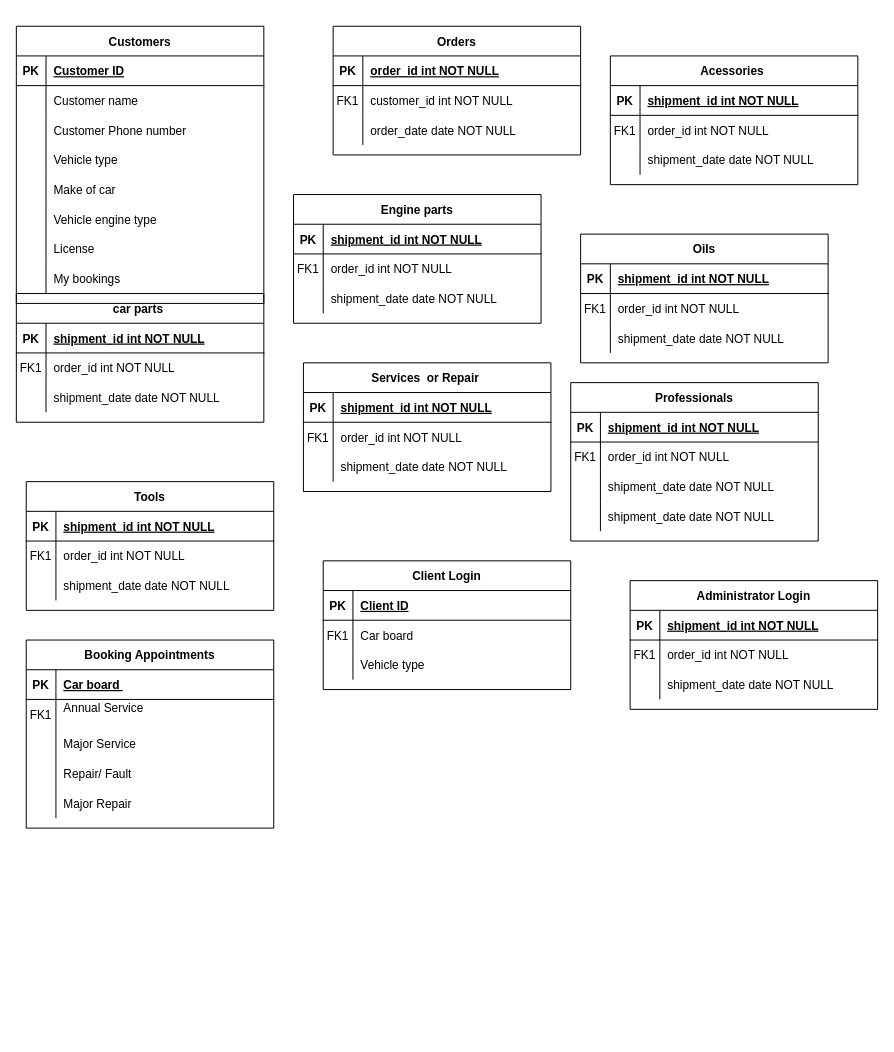
Before: Untitled Diagram.drawio in PriFlores/Garage-Database-design-, a draw.io diagram. Source tidied: cells renumbered, new cells numbered last; positions are measured from the earlier drawing's top-left corner, leaving out a move shared by most shapes. Both pictures are drawn from the tidied source at 99%, with x=0, y=0 at pixel (16, 26).
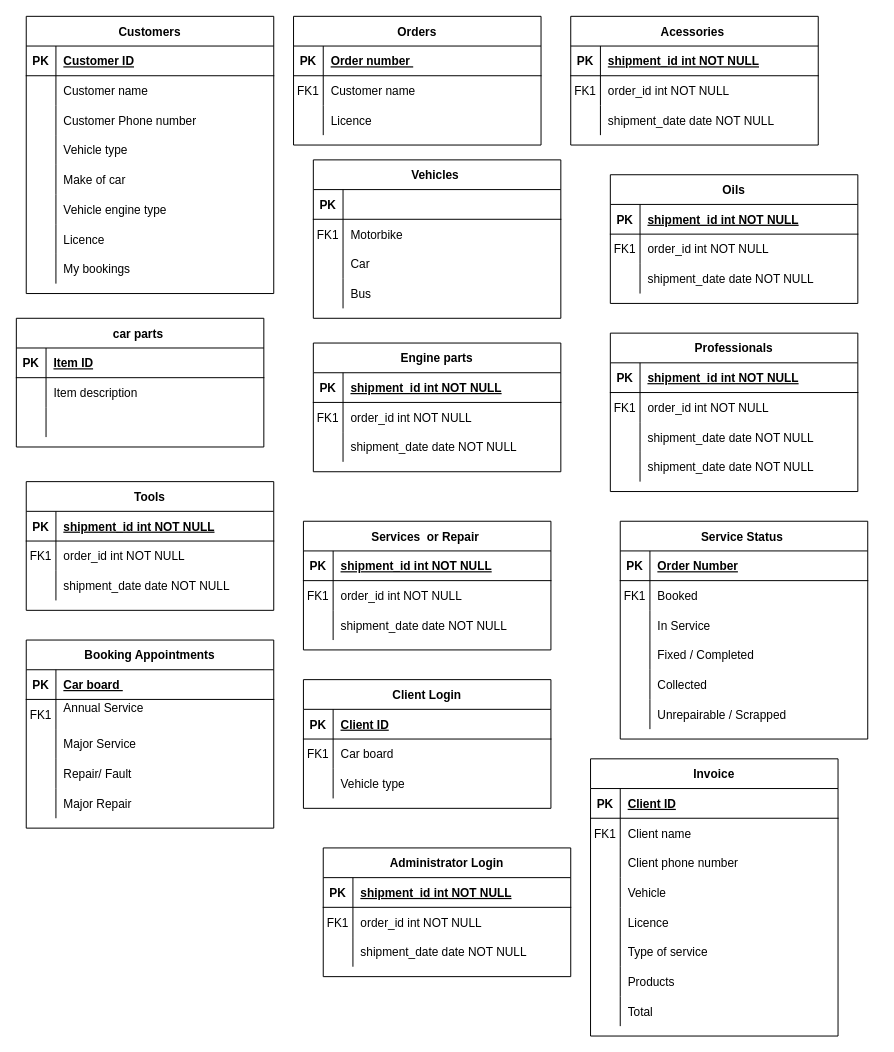
The same diagram, later.

The change refers to these unchanged cells:
```xml
<mxCell id="3" style="shape=partialRectangle;fillColor=none;top=0;left=0;right=0;bottom=1;" parent="2" vertex="1">
  <mxGeometry y="30" width="250" height="30" as="geometry" />
</mxCell>
<mxCell id="6" style="shape=partialRectangle;fillColor=none;top=0;left=0;right=0;bottom=0;" parent="2" vertex="1">
  <mxGeometry y="60" width="250" height="30" as="geometry" />
</mxCell>
<mxCell id="9" style="shape=partialRectangle;fillColor=none;top=0;left=0;right=0;bottom=0;" parent="2" vertex="1">
  <mxGeometry y="90" width="250" height="30" as="geometry" />
</mxCell>
<mxCell id="13" style="shape=partialRectangle;fillColor=none;top=0;left=0;right=0;bottom=1;" parent="12" vertex="1">
  <mxGeometry y="30" width="250" height="30" as="geometry" />
</mxCell>
<mxCell id="16" style="shape=partialRectangle;fillColor=none;top=0;left=0;right=0;bottom=0;" parent="12" vertex="1">
  <mxGeometry y="60" width="250" height="30" as="geometry" />
</mxCell>
<mxCell id="19" style="shape=partialRectangle;fillColor=none;top=0;left=0;right=0;bottom=0;" parent="12" vertex="1">
  <mxGeometry y="90" width="250" height="30" as="geometry" />
</mxCell>
<mxCell id="41" style="shape=partialRectangle;fillColor=none;top=0;left=0;right=0;bottom=0;" parent="22" vertex="1">
  <mxGeometry y="210" width="250" height="30" as="geometry" />
</mxCell>
```

The edit, as a diff of the source:
```diff
@@
     <mxCell id="2" value="Orders" style="shape=table;startSize=30;childLayout=tableLayout;rowLines=0;fontStyle=1;align=center;" parent="1" vertex="1">
-      <mxGeometry x="320" width="250" height="130" as="geometry" />
+      <mxGeometry x="280" y="-10" width="250" height="130" as="geometry" />
     </mxCell>
@@
-    <mxCell id="5" value="order_id int NOT NULL " style="shape=partialRectangle;overflow=hidden;fillColor=none;top=0;left=0;bottom=0;right=0;align=left;spacingLeft=6;fontStyle=5;" parent="3" vertex="1">
+    <mxCell id="5" value="Order number " style="shape=partialRectangle;overflow=hidden;fillColor=none;top=0;left=0;bottom=0;right=0;align=left;spacingLeft=6;fontStyle=5;" parent="3" vertex="1">
       <mxGeometry x="30" width="220" height="30" as="geometry" />
     </mxCell>
@@
-    <mxCell id="8" value="customer_id int NOT NULL" style="shape=partialRectangle;overflow=hidden;fillColor=none;top=0;left=0;bottom=0;right=0;align=left;spacingLeft=6;" parent="6" vertex="1">
+    <mxCell id="8" value="Customer name" style="shape=partialRectangle;overflow=hidden;fillColor=none;top=0;left=0;bottom=0;right=0;align=left;spacingLeft=6;" parent="6" vertex="1">
       <mxGeometry x="30" width="220" height="30" as="geometry" />
     </mxCell>
@@
-    <mxCell id="11" value="order_date date NOT NULL" style="shape=partialRectangle;overflow=hidden;fillColor=none;top=0;left=0;bottom=0;right=0;align=left;spacingLeft=6;" parent="9" vertex="1">
+    <mxCell id="11" value="Licence" style="shape=partialRectangle;overflow=hidden;fillColor=none;top=0;left=0;bottom=0;right=0;align=left;spacingLeft=6;" parent="9" vertex="1">
       <mxGeometry x="30" width="220" height="30" as="geometry" />
     </mxCell>
     <mxCell id="12" value="car parts " style="shape=table;startSize=30;childLayout=tableLayout;rowLines=0;fontStyle=1;align=center;" parent="1" vertex="1">
-      <mxGeometry y="270" width="250" height="130" as="geometry" />
+      <mxGeometry y="295" width="250" height="130" as="geometry" />
     </mxCell>
@@
-    <mxCell id="15" value="shipment_id int NOT NULL " style="shape=partialRectangle;overflow=hidden;fillColor=none;top=0;left=0;bottom=0;right=0;align=left;spacingLeft=6;fontStyle=5;" parent="13" vertex="1">
+    <mxCell id="15" value="Item ID" style="shape=partialRectangle;overflow=hidden;fillColor=none;top=0;left=0;bottom=0;right=0;align=left;spacingLeft=6;fontStyle=5;" parent="13" vertex="1">
       <mxGeometry x="30" width="220" height="30" as="geometry" />
     </mxCell>
@@
-    <mxCell id="17" value="FK1" style="shape=partialRectangle;overflow=hidden;fillColor=none;top=0;left=0;bottom=0;right=0;" parent="16" vertex="1">
+    <mxCell id="17" style="shape=partialRectangle;overflow=hidden;fillColor=none;top=0;left=0;bottom=0;right=0;" parent="16" vertex="1">
       <mxGeometry width="30" height="30" as="geometry" />
     </mxCell>
-    <mxCell id="18" value="order_id int NOT NULL" style="shape=partialRectangle;overflow=hidden;fillColor=none;top=0;left=0;bottom=0;right=0;align=left;spacingLeft=6;" parent="16" vertex="1">
+    <mxCell id="18" value="Item description" style="shape=partialRectangle;overflow=hidden;fillColor=none;top=0;left=0;bottom=0;right=0;align=left;spacingLeft=6;" parent="16" vertex="1">
       <mxGeometry x="30" width="220" height="30" as="geometry" />
     </mxCell>
@@
-    <mxCell id="21" value="shipment_date date NOT NULL" style="shape=partialRectangle;overflow=hidden;fillColor=none;top=0;left=0;bottom=0;right=0;align=left;spacingLeft=6;" parent="19" vertex="1">
+    <mxCell id="21" style="shape=partialRectangle;overflow=hidden;fillColor=none;top=0;left=0;bottom=0;right=0;align=left;spacingLeft=6;" parent="19" vertex="1">
       <mxGeometry x="30" width="220" height="30" as="geometry" />
     </mxCell>
     <mxCell id="22" value="Customers" style="shape=table;startSize=30;childLayout=tableLayout;rowLines=0;fontStyle=1;align=center;" parent="1" vertex="1">
-      <mxGeometry width="250" height="280" as="geometry" />
+      <mxGeometry x="10" y="-10" width="250" height="280" as="geometry" />
     </mxCell>
@@
-    <mxCell id="43" value="License" style="shape=partialRectangle;overflow=hidden;fillColor=none;top=0;left=0;bottom=0;right=0;align=left;spacingLeft=6;" parent="41" vertex="1">
+    <mxCell id="43" value="Licence" style="shape=partialRectangle;overflow=hidden;fillColor=none;top=0;left=0;bottom=0;right=0;align=left;spacingLeft=6;" parent="41" vertex="1">
       <mxGeometry x="30" width="220" height="30" as="geometry" />
     </mxCell>
@@
     <mxCell id="47" value="Acessories " style="shape=table;startSize=30;childLayout=tableLayout;rowLines=0;fontStyle=1;align=center;" parent="1" vertex="1">
-      <mxGeometry x="600" y="30" width="250" height="130" as="geometry" />
+      <mxGeometry x="560" y="-10" width="250" height="130" as="geometry" />
     </mxCell>
@@
     <mxCell id="67" value="Oils" style="shape=table;startSize=30;childLayout=tableLayout;rowLines=0;fontStyle=1;align=center;" parent="1" vertex="1">
-      <mxGeometry x="570" y="210" width="250" height="130" as="geometry" />
+      <mxGeometry x="600" y="150" width="250" height="130" as="geometry" />
     </mxCell>
@@
     <mxCell id="77" value="Engine parts" style="shape=table;startSize=30;childLayout=tableLayout;rowLines=0;fontStyle=1;align=center;" parent="1" vertex="1">
-      <mxGeometry x="280" y="170" width="250" height="130" as="geometry" />
+      <mxGeometry x="300" y="320" width="250" height="130" as="geometry" />
     </mxCell>
@@
     <mxCell id="87" value="Services  or Repair " style="shape=table;startSize=30;childLayout=tableLayout;rowLines=0;fontStyle=1;align=center;" parent="1" vertex="1">
-      <mxGeometry x="290" y="340" width="250" height="130" as="geometry" />
+      <mxGeometry x="290" y="500" width="250" height="130" as="geometry" />
     </mxCell>
@@
     <mxCell id="97" value="Professionals" style="shape=table;startSize=30;childLayout=tableLayout;rowLines=0;fontStyle=1;align=center;" parent="1" vertex="1">
-      <mxGeometry x="560" y="360" width="250" height="160" as="geometry" />
+      <mxGeometry x="600" y="310" width="250" height="160" as="geometry" />
     </mxCell>
@@
     <mxCell id="126" value="Client Login" style="shape=table;startSize=30;childLayout=tableLayout;rowLines=0;fontStyle=1;align=center;" parent="1" vertex="1">
-      <mxGeometry x="310" y="540" width="250" height="130" as="geometry" />
+      <mxGeometry x="290" y="660" width="250" height="130" as="geometry" />
     </mxCell>
@@
     <mxCell id="136" value="Administrator Login" style="shape=table;startSize=30;childLayout=tableLayout;rowLines=0;fontStyle=1;align=center;" parent="1" vertex="1">
-      <mxGeometry x="620" y="560" width="250" height="130" as="geometry" />
+      <mxGeometry x="310" y="830" width="250" height="130" as="geometry" />
     </mxCell>
@@
+    <mxCell id="146" value="Vehicles " style="shape=table;startSize=30;childLayout=tableLayout;rowLines=0;fontStyle=1;align=center;" parent="1" vertex="1">
+      <mxGeometry x="300" y="135" width="250" height="160" as="geometry" />
+    </mxCell>
+    <mxCell id="147" style="shape=partialRectangle;fillColor=none;top=0;left=0;right=0;bottom=1;" parent="146" vertex="1">
+      <mxGeometry y="30" width="250" height="30" as="geometry" />
+    </mxCell>
+    <mxCell id="148" value="PK" style="shape=partialRectangle;overflow=hidden;fillColor=none;top=0;left=0;bottom=0;right=0;fontStyle=1;" parent="147" vertex="1">
+      <mxGeometry width="30" height="30" as="geometry" />
+    </mxCell>
+    <mxCell id="149" style="shape=partialRectangle;overflow=hidden;fillColor=none;top=0;left=0;bottom=0;right=0;align=left;spacingLeft=6;fontStyle=5;" parent="147" vertex="1">
+      <mxGeometry x="30" width="220" height="30" as="geometry" />
+    </mxCell>
+    <mxCell id="150" style="shape=partialRectangle;fillColor=none;top=0;left=0;right=0;bottom=0;" parent="146" vertex="1">
+      <mxGeometry y="60" width="250" height="30" as="geometry" />
+    </mxCell>
+    <mxCell id="151" value="FK1" style="shape=partialRectangle;overflow=hidden;fillColor=none;top=0;left=0;bottom=0;right=0;" parent="150" vertex="1">
+      <mxGeometry width="30" height="30" as="geometry" />
+    </mxCell>
+    <mxCell id="152" value="Motorbike " style="shape=partialRectangle;overflow=hidden;fillColor=none;top=0;left=0;bottom=0;right=0;align=left;spacingLeft=6;" parent="150" vertex="1">
+      <mxGeometry x="30" width="220" height="30" as="geometry" />
+    </mxCell>
+    <mxCell id="153" style="shape=partialRectangle;fillColor=none;top=0;left=0;right=0;bottom=0;" parent="146" vertex="1">
+      <mxGeometry y="90" width="250" height="30" as="geometry" />
+    </mxCell>
+    <mxCell id="154" style="shape=partialRectangle;overflow=hidden;fillColor=none;top=0;left=0;bottom=0;right=0;" parent="153" vertex="1">
+      <mxGeometry width="30" height="30" as="geometry" />
+    </mxCell>
+    <mxCell id="155" value="Car" style="shape=partialRectangle;overflow=hidden;fillColor=none;top=0;left=0;bottom=0;right=0;align=left;spacingLeft=6;" parent="153" vertex="1">
+      <mxGeometry x="30" width="220" height="30" as="geometry" />
+    </mxCell>
+    <mxCell id="156" style="shape=partialRectangle;fillColor=none;top=0;left=0;right=0;bottom=0;" parent="146" vertex="1">
+      <mxGeometry y="120" width="250" height="30" as="geometry" />
+    </mxCell>
+    <mxCell id="157" style="shape=partialRectangle;overflow=hidden;fillColor=none;top=0;left=0;bottom=0;right=0;" parent="156" vertex="1">
+      <mxGeometry width="30" height="30" as="geometry" />
+    </mxCell>
+    <mxCell id="158" value="Bus " style="shape=partialRectangle;overflow=hidden;fillColor=none;top=0;left=0;bottom=0;right=0;align=left;spacingLeft=6;" parent="156" vertex="1">
+      <mxGeometry x="30" width="220" height="30" as="geometry" />
+    </mxCell>
+    <mxCell id="159" value="Service Status " style="shape=table;startSize=30;childLayout=tableLayout;rowLines=0;fontStyle=1;align=center;" parent="1" vertex="1">
+      <mxGeometry x="610" y="500" width="250" height="220" as="geometry" />
+    </mxCell>
+    <mxCell id="160" style="shape=partialRectangle;fillColor=none;top=0;left=0;right=0;bottom=1;" parent="159" vertex="1">
+      <mxGeometry y="30" width="250" height="30" as="geometry" />
+    </mxCell>
+    <mxCell id="161" value="PK" style="shape=partialRectangle;overflow=hidden;fillColor=none;top=0;left=0;bottom=0;right=0;fontStyle=1;" parent="160" vertex="1">
+      <mxGeometry width="30" height="30" as="geometry" />
+    </mxCell>
+    <mxCell id="162" value="Order Number" style="shape=partialRectangle;overflow=hidden;fillColor=none;top=0;left=0;bottom=0;right=0;align=left;spacingLeft=6;fontStyle=5;" parent="160" vertex="1">
+      <mxGeometry x="30" width="220" height="30" as="geometry" />
+    </mxCell>
+    <mxCell id="163" style="shape=partialRectangle;fillColor=none;top=0;left=0;right=0;bottom=0;" parent="159" vertex="1">
+      <mxGeometry y="60" width="250" height="30" as="geometry" />
+    </mxCell>
+    <mxCell id="164" value="FK1" style="shape=partialRectangle;overflow=hidden;fillColor=none;top=0;left=0;bottom=0;right=0;" parent="163" vertex="1">
+      <mxGeometry width="30" height="30" as="geometry" />
+    </mxCell>
+    <mxCell id="165" value="Booked " style="shape=partialRectangle;overflow=hidden;fillColor=none;top=0;left=0;bottom=0;right=0;align=left;spacingLeft=6;" parent="163" vertex="1">
+      <mxGeometry x="30" width="220" height="30" as="geometry" />
+    </mxCell>
+    <mxCell id="166" style="shape=partialRectangle;fillColor=none;top=0;left=0;right=0;bottom=0;" parent="159" vertex="1">
+      <mxGeometry y="90" width="250" height="30" as="geometry" />
+    </mxCell>
+    <mxCell id="167" style="shape=partialRectangle;overflow=hidden;fillColor=none;top=0;left=0;bottom=0;right=0;" parent="166" vertex="1">
+      <mxGeometry width="30" height="30" as="geometry" />
+    </mxCell>
+    <mxCell id="168" value="In Service" style="shape=partialRectangle;overflow=hidden;fillColor=none;top=0;left=0;bottom=0;right=0;align=left;spacingLeft=6;" parent="166" vertex="1">
+      <mxGeometry x="30" width="220" height="30" as="geometry" />
+    </mxCell>
+    <mxCell id="169" style="shape=partialRectangle;fillColor=none;top=0;left=0;right=0;bottom=0;" parent="159" vertex="1">
+      <mxGeometry y="120" width="250" height="30" as="geometry" />
+    </mxCell>
+    <mxCell id="170" style="shape=partialRectangle;overflow=hidden;fillColor=none;top=0;left=0;bottom=0;right=0;" parent="169" vertex="1">
+      <mxGeometry width="30" height="30" as="geometry" />
+    </mxCell>
+    <mxCell id="171" value="Fixed / Completed " style="shape=partialRectangle;overflow=hidden;fillColor=none;top=0;left=0;bottom=0;right=0;align=left;spacingLeft=6;" parent="169" vertex="1">
+      <mxGeometry x="30" width="220" height="30" as="geometry" />
+    </mxCell>
+    <mxCell id="172" style="shape=partialRectangle;fillColor=none;top=0;left=0;right=0;bottom=0;" parent="159" vertex="1">
+      <mxGeometry y="150" width="250" height="30" as="geometry" />
+    </mxCell>
+    <mxCell id="173" style="shape=partialRectangle;overflow=hidden;fillColor=none;top=0;left=0;bottom=0;right=0;" parent="172" vertex="1">
+      <mxGeometry width="30" height="30" as="geometry" />
+    </mxCell>
+    <mxCell id="174" value="Collected " style="shape=partialRectangle;overflow=hidden;fillColor=none;top=0;left=0;bottom=0;right=0;align=left;spacingLeft=6;" parent="172" vertex="1">
+      <mxGeometry x="30" width="220" height="30" as="geometry" />
+    </mxCell>
+    <mxCell id="175" style="shape=partialRectangle;fillColor=none;top=0;left=0;right=0;bottom=0;" parent="159" vertex="1">
+      <mxGeometry y="180" width="250" height="30" as="geometry" />
+    </mxCell>
+    <mxCell id="176" style="shape=partialRectangle;overflow=hidden;fillColor=none;top=0;left=0;bottom=0;right=0;" parent="175" vertex="1">
+      <mxGeometry width="30" height="30" as="geometry" />
+    </mxCell>
+    <mxCell id="177" value="Unrepairable / Scrapped" style="shape=partialRectangle;overflow=hidden;fillColor=none;top=0;left=0;bottom=0;right=0;align=left;spacingLeft=6;" parent="175" vertex="1">
+      <mxGeometry x="30" width="220" height="30" as="geometry" />
+    </mxCell>
+    <mxCell id="178" value="Invoice" style="shape=table;startSize=30;childLayout=tableLayout;rowLines=0;fontStyle=1;align=center;" parent="1" vertex="1">
+      <mxGeometry x="580" y="740" width="250" height="280" as="geometry" />
+    </mxCell>
+    <mxCell id="179" style="shape=partialRectangle;fillColor=none;top=0;left=0;right=0;bottom=1;" parent="178" vertex="1">
+      <mxGeometry y="30" width="250" height="30" as="geometry" />
+    </mxCell>
+    <mxCell id="180" value="PK" style="shape=partialRectangle;overflow=hidden;fillColor=none;top=0;left=0;bottom=0;right=0;fontStyle=1;" parent="179" vertex="1">
+      <mxGeometry width="30" height="30" as="geometry" />
+    </mxCell>
+    <mxCell id="181" value="Client ID" style="shape=partialRectangle;overflow=hidden;fillColor=none;top=0;left=0;bottom=0;right=0;align=left;spacingLeft=6;fontStyle=5;" parent="179" vertex="1">
+      <mxGeometry x="30" width="220" height="30" as="geometry" />
+    </mxCell>
+    <mxCell id="182" style="shape=partialRectangle;fillColor=none;top=0;left=0;right=0;bottom=0;" parent="178" vertex="1">
+      <mxGeometry y="60" width="250" height="30" as="geometry" />
+    </mxCell>
+    <mxCell id="183" value="FK1" style="shape=partialRectangle;overflow=hidden;fillColor=none;top=0;left=0;bottom=0;right=0;" parent="182" vertex="1">
+      <mxGeometry width="30" height="30" as="geometry" />
+    </mxCell>
+    <mxCell id="184" value="Client name " style="shape=partialRectangle;overflow=hidden;fillColor=none;top=0;left=0;bottom=0;right=0;align=left;spacingLeft=6;" parent="182" vertex="1">
+      <mxGeometry x="30" width="220" height="30" as="geometry" />
+    </mxCell>
+    <mxCell id="185" style="shape=partialRectangle;fillColor=none;top=0;left=0;right=0;bottom=0;" parent="178" vertex="1">
+      <mxGeometry y="90" width="250" height="30" as="geometry" />
+    </mxCell>
+    <mxCell id="186" style="shape=partialRectangle;overflow=hidden;fillColor=none;top=0;left=0;bottom=0;right=0;" parent="185" vertex="1">
+      <mxGeometry width="30" height="30" as="geometry" />
+    </mxCell>
+    <mxCell id="187" value="Client phone number" style="shape=partialRectangle;overflow=hidden;fillColor=none;top=0;left=0;bottom=0;right=0;align=left;spacingLeft=6;" parent="185" vertex="1">
+      <mxGeometry x="30" width="220" height="30" as="geometry" />
+    </mxCell>
+    <mxCell id="188" style="shape=partialRectangle;fillColor=none;top=0;left=0;right=0;bottom=0;" parent="178" vertex="1">
+      <mxGeometry y="120" width="250" height="30" as="geometry" />
+    </mxCell>
+    <mxCell id="189" style="shape=partialRectangle;overflow=hidden;fillColor=none;top=0;left=0;bottom=0;right=0;" parent="188" vertex="1">
+      <mxGeometry width="30" height="30" as="geometry" />
+    </mxCell>
+    <mxCell id="190" value="Vehicle " style="shape=partialRectangle;overflow=hidden;fillColor=none;top=0;left=0;bottom=0;right=0;align=left;spacingLeft=6;" parent="188" vertex="1">
+      <mxGeometry x="30" width="220" height="30" as="geometry" />
+    </mxCell>
+    <mxCell id="191" style="shape=partialRectangle;fillColor=none;top=0;left=0;right=0;bottom=0;" parent="178" vertex="1">
+      <mxGeometry y="150" width="250" height="30" as="geometry" />
+    </mxCell>
+    <mxCell id="192" style="shape=partialRectangle;overflow=hidden;fillColor=none;top=0;left=0;bottom=0;right=0;" parent="191" vertex="1">
+      <mxGeometry width="30" height="30" as="geometry" />
+    </mxCell>
+    <mxCell id="193" value="Licence" style="shape=partialRectangle;overflow=hidden;fillColor=none;top=0;left=0;bottom=0;right=0;align=left;spacingLeft=6;" parent="191" vertex="1">
+      <mxGeometry x="30" width="220" height="30" as="geometry" />
+    </mxCell>
+    <mxCell id="194" style="shape=partialRectangle;fillColor=none;top=0;left=0;right=0;bottom=0;" parent="178" vertex="1">
+      <mxGeometry y="180" width="250" height="30" as="geometry" />
+    </mxCell>
+    <mxCell id="195" style="shape=partialRectangle;overflow=hidden;fillColor=none;top=0;left=0;bottom=0;right=0;" parent="194" vertex="1">
+      <mxGeometry width="30" height="30" as="geometry" />
+    </mxCell>
+    <mxCell id="196" value="Type of service " style="shape=partialRectangle;overflow=hidden;fillColor=none;top=0;left=0;bottom=0;right=0;align=left;spacingLeft=6;" parent="194" vertex="1">
+      <mxGeometry x="30" width="220" height="30" as="geometry" />
+    </mxCell>
+    <mxCell id="197" style="shape=partialRectangle;fillColor=none;top=0;left=0;right=0;bottom=0;" parent="178" vertex="1">
+      <mxGeometry y="210" width="250" height="30" as="geometry" />
+    </mxCell>
+    <mxCell id="198" style="shape=partialRectangle;overflow=hidden;fillColor=none;top=0;left=0;bottom=0;right=0;" parent="197" vertex="1">
+      <mxGeometry width="30" height="30" as="geometry" />
+    </mxCell>
+    <mxCell id="199" value="Products" style="shape=partialRectangle;overflow=hidden;fillColor=none;top=0;left=0;bottom=0;right=0;align=left;spacingLeft=6;" parent="197" vertex="1">
+      <mxGeometry x="30" width="220" height="30" as="geometry" />
+    </mxCell>
+    <mxCell id="200" style="shape=partialRectangle;fillColor=none;top=0;left=0;right=0;bottom=0;" parent="178" vertex="1">
+      <mxGeometry y="240" width="250" height="30" as="geometry" />
+    </mxCell>
+    <mxCell id="201" style="shape=partialRectangle;overflow=hidden;fillColor=none;top=0;left=0;bottom=0;right=0;" parent="200" vertex="1">
+      <mxGeometry width="30" height="30" as="geometry" />
+    </mxCell>
+    <mxCell id="202" value="Total" style="shape=partialRectangle;overflow=hidden;fillColor=none;top=0;left=0;bottom=0;right=0;align=left;spacingLeft=6;" parent="200" vertex="1">
+      <mxGeometry x="30" width="220" height="30" as="geometry" />
+    </mxCell>
```
